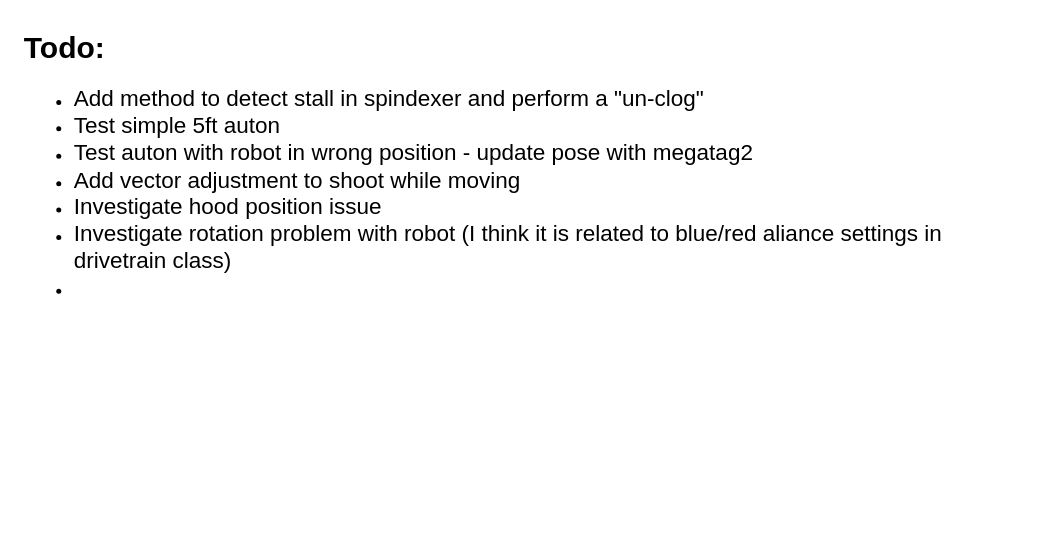
This is diagrams/ToDo.drawio from FRC1296/RhsRobot2026, a draw.io file, before an edit. Source tidied: cells renumbered, new cells numbered last; positions are measured from the earlier drawing's top-left corner, leaving out a move shared by most shapes. Both pictures are drawn from the tidied source at 125%, with x=0, y=0 at pixel (21, 21).
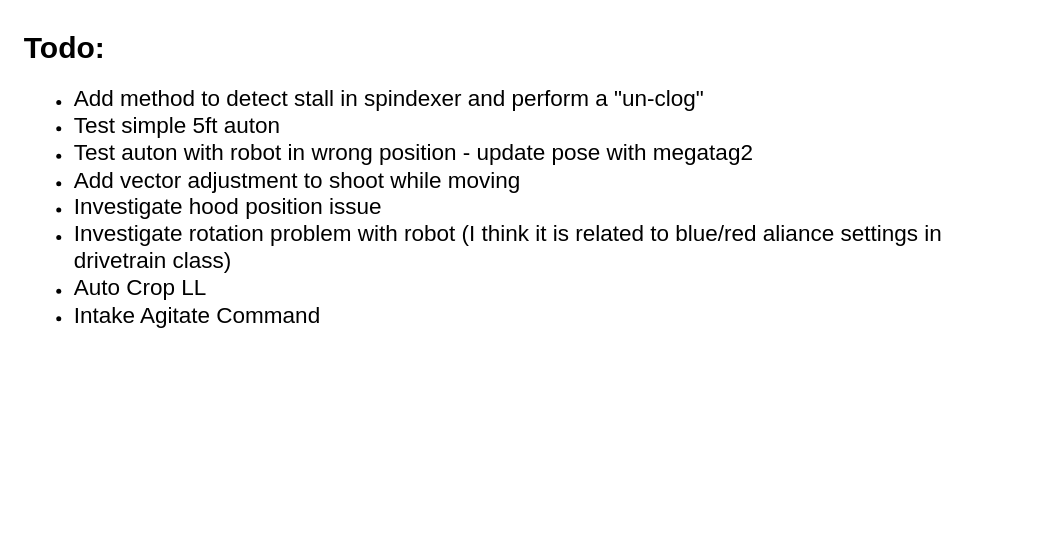
The same diagram, later.

Diff of the diagram source:
```diff
@@
 <mxGraphModel>
   <root>
     <mxCell id="0" />
     <mxCell id="1" parent="0" />
-    <mxCell id="2" value="&lt;h1 style=&quot;margin-top: 0px;&quot;&gt;Todo:&lt;/h1&gt;&lt;p&gt;&lt;/p&gt;&lt;ul&gt;&lt;li&gt;&lt;font style=&quot;font-size: 18px;&quot;&gt;Add method to detect stall in spindexer and perform a &quot;un-clog&quot;&lt;/font&gt;&lt;/li&gt;&lt;li&gt;&lt;font style=&quot;font-size: 18px;&quot;&gt;Test simple 5ft auton&lt;/font&gt;&lt;/li&gt;&lt;li&gt;&lt;font style=&quot;font-size: 18px;&quot;&gt;Test auton with robot in wrong position - update pose with megatag2&lt;/font&gt;&lt;/li&gt;&lt;li&gt;&lt;font style=&quot;font-size: 18px;&quot;&gt;Add vector adjustment to shoot while moving&lt;/font&gt;&lt;/li&gt;&lt;li&gt;&lt;span style=&quot;font-size: 18px;&quot;&gt;Investigate hood position issue&lt;/span&gt;&lt;/li&gt;&lt;li&gt;&lt;span style=&quot;font-size: 18px;&quot;&gt;Investigate rotation problem with robot (I think it is related to blue/red aliance settings in drivetrain class)&lt;/span&gt;&lt;/li&gt;&lt;li&gt;&lt;span style=&quot;font-size: 18px;&quot;&gt;&lt;br&gt;&lt;/span&gt;&lt;/li&gt;&lt;/ul&gt;&lt;p&gt;&lt;/p&gt;" style="text;html=1;whiteSpace=wrap;overflow=hidden;rounded=0;" parent="1" vertex="1">
+    <mxCell id="2" value="&lt;h1 style=&quot;margin-top: 0px;&quot;&gt;Todo:&lt;/h1&gt;&lt;p&gt;&lt;/p&gt;&lt;ul&gt;&lt;li&gt;&lt;font style=&quot;font-size: 18px;&quot;&gt;Add method to detect stall in spindexer and perform a &quot;un-clog&quot;&lt;/font&gt;&lt;/li&gt;&lt;li&gt;&lt;font style=&quot;font-size: 18px;&quot;&gt;Test simple 5ft auton&lt;/font&gt;&lt;/li&gt;&lt;li&gt;&lt;font style=&quot;font-size: 18px;&quot;&gt;Test auton with robot in wrong position - update pose with megatag2&lt;/font&gt;&lt;/li&gt;&lt;li&gt;&lt;font style=&quot;font-size: 18px;&quot;&gt;Add vector adjustment to shoot while moving&lt;/font&gt;&lt;/li&gt;&lt;li&gt;&lt;span style=&quot;font-size: 18px;&quot;&gt;Investigate hood position issue&lt;/span&gt;&lt;/li&gt;&lt;li&gt;&lt;span style=&quot;font-size: 18px;&quot;&gt;Investigate rotation problem with robot (I think it is related to blue/red aliance settings in drivetrain class)&lt;/span&gt;&lt;/li&gt;&lt;li&gt;&lt;span style=&quot;font-size: 18px;&quot;&gt;Auto Crop LL&lt;/span&gt;&lt;/li&gt;&lt;li&gt;&lt;span style=&quot;font-size: 18px;&quot;&gt;Intake Agitate Command&lt;/span&gt;&lt;/li&gt;&lt;/ul&gt;&lt;p&gt;&lt;/p&gt;" style="text;html=1;whiteSpace=wrap;overflow=hidden;rounded=0;" parent="1" vertex="1">
       <mxGeometry width="810" height="400" as="geometry" />
     </mxCell>
   </root>
 </mxGraphModel>
```
